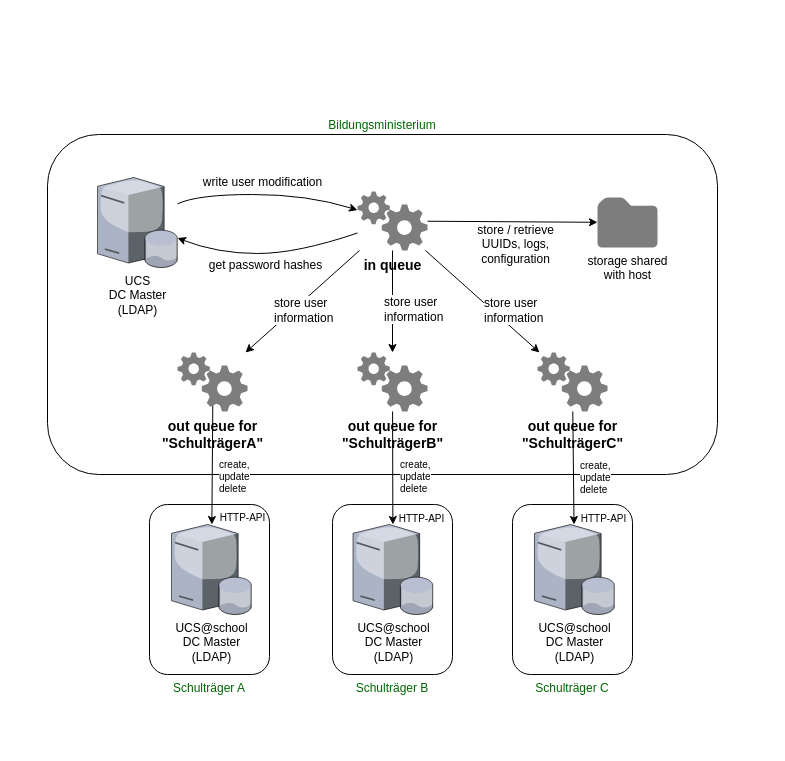
This is docs/source/static/ucsschool-id-connector_overview2.drawio from univention/ucsschool-id-connector, a draw.io file, before an edit. Source tidied: cells renumbered, new cells numbered last; positions are measured from the earlier drawing's top-left corner, leaving out a move shared by most shapes. Both pictures are drawn from the tidied source at 100%, with x=0, y=0 at pixel (47, 134).
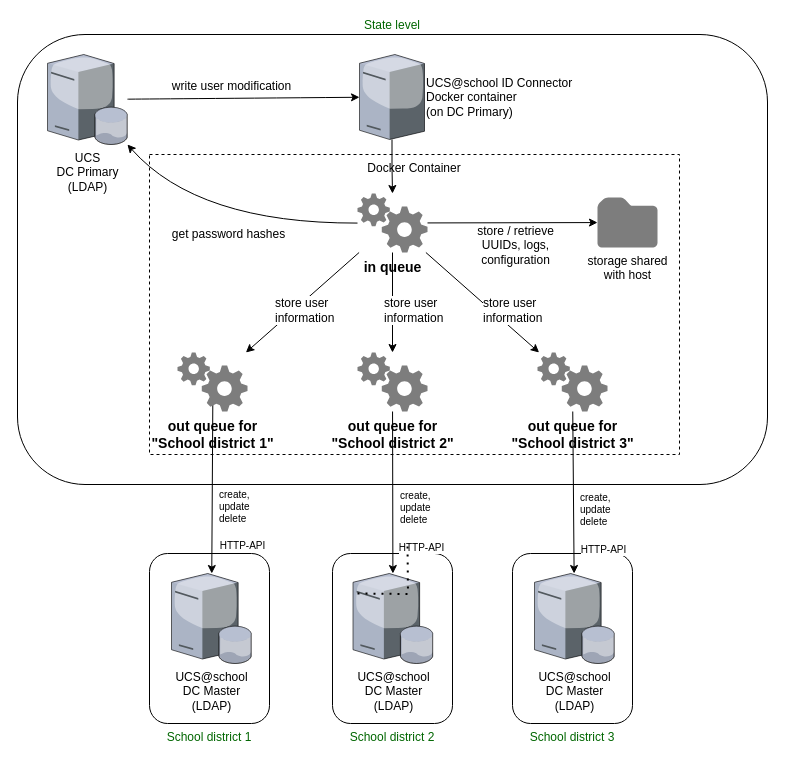
The same diagram, later.

Change to the diagram source:
```diff
@@
+    <mxCell id="5" value="&lt;span style=&quot;color: rgb(0 , 102 , 0) ; white-space: normal&quot;&gt;State level&lt;/span&gt;" style="rounded=1;whiteSpace=wrap;html=1;labelPosition=center;verticalLabelPosition=top;align=center;verticalAlign=bottom;" parent="1" vertex="1">
+      <mxGeometry x="-30" y="-100" width="750" height="450" as="geometry" />
+    </mxCell>
+    <mxCell id="37" value="Docker Container" style="rounded=0;whiteSpace=wrap;html=1;fillColor=none;dashed=1;verticalAlign=top;" parent="1" vertex="1">
+      <mxGeometry x="102" y="20" width="530" height="300" as="geometry" />
+    </mxCell>
     <mxCell id="2" style="group;" parent="1" vertex="1">
-      <mxGeometry x="102" y="370" width="120" height="170" as="geometry" />
+      <mxGeometry x="102" y="419" width="120" height="170" as="geometry" />
     </mxCell>
-    <mxCell id="3" value="&lt;font color=&quot;#006600&quot;&gt;Schulträger A&lt;/font&gt;" style="rounded=1;whiteSpace=wrap;html=1;labelPosition=center;verticalLabelPosition=bottom;align=center;verticalAlign=top;" parent="2" vertex="1">
+    <mxCell id="3" value="&lt;font color=&quot;#006600&quot;&gt;School district 1&lt;/font&gt;" style="rounded=1;whiteSpace=wrap;html=1;labelPosition=center;verticalLabelPosition=bottom;align=center;verticalAlign=top;" parent="2" vertex="1">
       <mxGeometry width="120" height="170" as="geometry" />
     </mxCell>
@@
-    <mxCell id="5" value="&lt;span style=&quot;color: rgb(0 , 102 , 0) ; white-space: normal&quot;&gt;Bildungsministerium&lt;/span&gt;" style="rounded=1;whiteSpace=wrap;html=1;labelPosition=center;verticalLabelPosition=top;align=center;verticalAlign=bottom;" parent="1" vertex="1">
-      <mxGeometry width="670" height="340" as="geometry" />
-    </mxCell>
-    <mxCell id="6" value="&lt;font color=&quot;#006600&quot;&gt;Schulträger C&lt;/font&gt;" style="rounded=1;whiteSpace=wrap;html=1;labelPosition=center;verticalLabelPosition=bottom;align=center;verticalAlign=top;" parent="1" vertex="1">
-      <mxGeometry x="465" y="370" width="120" height="170" as="geometry" />
+    <mxCell id="6" value="&lt;font color=&quot;#006600&quot;&gt;School district 3&lt;/font&gt;" style="rounded=1;whiteSpace=wrap;html=1;labelPosition=center;verticalLabelPosition=bottom;align=center;verticalAlign=top;" parent="1" vertex="1">
+      <mxGeometry x="465" y="419" width="120" height="170" as="geometry" />
     </mxCell>
-    <mxCell id="7" value="&lt;font color=&quot;#006600&quot;&gt;Schulträger B&lt;br&gt;&lt;/font&gt;" style="rounded=1;whiteSpace=wrap;html=1;labelPosition=center;verticalLabelPosition=bottom;align=center;verticalAlign=top;" parent="1" vertex="1">
-      <mxGeometry x="285" y="370" width="120" height="170" as="geometry" />
+    <mxCell id="7" value="&lt;font color=&quot;#006600&quot;&gt;School district 2&lt;br&gt;&lt;/font&gt;" style="rounded=1;whiteSpace=wrap;html=1;labelPosition=center;verticalLabelPosition=bottom;align=center;verticalAlign=top;" parent="1" vertex="1">
+      <mxGeometry x="285" y="419" width="120" height="170" as="geometry" />
     </mxCell>
-    <mxCell id="8" value="UCS&lt;br&gt;DC Master&lt;br&gt;(LDAP)" style="verticalLabelPosition=bottom;html=1;verticalAlign=top;strokeColor=none;align=center;outlineConnect=0;shape=mxgraph.citrix.database_server;" parent="1" vertex="1">
-      <mxGeometry x="50" y="43" width="80" height="90" as="geometry" />
+    <mxCell id="8" value="UCS&lt;br&gt;DC Primary&lt;br&gt;(LDAP)" style="verticalLabelPosition=bottom;html=1;verticalAlign=top;strokeColor=none;align=center;outlineConnect=0;shape=mxgraph.citrix.database_server;" parent="1" vertex="1">
+      <mxGeometry y="-80" width="80" height="90" as="geometry" />
     </mxCell>
     <mxCell id="9" value="UCS@school&lt;br&gt;DC Master&lt;br&gt;(LDAP)" style="verticalLabelPosition=bottom;html=1;verticalAlign=top;strokeColor=none;align=center;outlineConnect=0;shape=mxgraph.citrix.database_server;" parent="1" vertex="1">
-      <mxGeometry x="305.5" y="390" width="80" height="90" as="geometry" />
+      <mxGeometry x="305.5" y="439" width="80" height="90" as="geometry" />
     </mxCell>
     <mxCell id="10" value="UCS@school&lt;br&gt;DC Master&lt;br&gt;(LDAP)" style="verticalLabelPosition=bottom;html=1;verticalAlign=top;strokeColor=none;align=center;outlineConnect=0;shape=mxgraph.citrix.database_server;" parent="1" vertex="1">
-      <mxGeometry x="487" y="390" width="80" height="90" as="geometry" />
+      <mxGeometry x="487" y="439" width="80" height="90" as="geometry" />
     </mxCell>
@@
-    <mxCell id="29" style="curved=1;endArrow=classic;html=1;fontSize=10;" parent="1" edge="1" source="8" target="33">
-      <mxGeometry relative="1" as="geometry">
-        <Array as="points">
-          <mxPoint x="150" y="60" />
-          <mxPoint x="260" y="60" />
-        </Array>
-      </mxGeometry>
+    <mxCell id="29" style="curved=1;endArrow=classic;html=1;fontSize=10;" parent="1" edge="1" source="8" target="39">
+      <mxGeometry relative="1" as="geometry" />
     </mxCell>
@@
     <mxCell id="31" style="curved=1;endArrow=classic;html=1;fontSize=10;" parent="1" edge="1" source="33" target="8">
       <mxGeometry relative="1" as="geometry">
         <Array as="points">
-          <mxPoint x="250" y="119" />
-          <mxPoint x="170" y="119" />
+          <mxPoint x="150" y="89" />
         </Array>
       </mxGeometry>
     </mxCell>
@@
     <mxCell id="33" value="in queue" style="shadow=0;dashed=0;html=1;strokeColor=none;labelPosition=center;verticalLabelPosition=bottom;verticalAlign=top;align=center;shape=mxgraph.mscae.general_symbols.gears;fillColor=#7D7D7D;labelBackgroundColor=none;fontSize=14;fontStyle=1;" parent="1" vertex="1">
-      <mxGeometry x="310" y="57" width="70" height="59" as="geometry" />
+      <mxGeometry x="310" y="59" width="70" height="59" as="geometry" />
     </mxCell>
-    <mxCell id="34" value="out queue for&lt;br&gt;&quot;SchulträgerA&quot;" style="shadow=0;dashed=0;html=1;strokeColor=none;labelPosition=center;verticalLabelPosition=bottom;verticalAlign=top;align=center;shape=mxgraph.mscae.general_symbols.gears;fillColor=#7D7D7D;labelBackgroundColor=none;fontSize=14;fontStyle=1;" parent="1" vertex="1">
+    <mxCell id="34" value="out queue for&lt;br&gt;&quot;School district 1&quot;" style="shadow=0;dashed=0;html=1;strokeColor=none;labelPosition=center;verticalLabelPosition=bottom;verticalAlign=top;align=center;shape=mxgraph.mscae.general_symbols.gears;fillColor=#7D7D7D;labelBackgroundColor=none;fontSize=14;fontStyle=1;" parent="1" vertex="1">
       <mxGeometry x="130" y="218" width="70" height="59" as="geometry" />
     </mxCell>
-    <mxCell id="35" value="out queue for&lt;br&gt;&quot;SchulträgerB&quot;" style="shadow=0;dashed=0;html=1;strokeColor=none;labelPosition=center;verticalLabelPosition=bottom;verticalAlign=top;align=center;shape=mxgraph.mscae.general_symbols.gears;fillColor=#7D7D7D;labelBackgroundColor=none;fontSize=14;fontStyle=1;" parent="1" vertex="1">
+    <mxCell id="35" value="out queue for&lt;br&gt;&quot;School district 2&quot;" style="shadow=0;dashed=0;html=1;strokeColor=none;labelPosition=center;verticalLabelPosition=bottom;verticalAlign=top;align=center;shape=mxgraph.mscae.general_symbols.gears;fillColor=#7D7D7D;labelBackgroundColor=none;fontSize=14;fontStyle=1;" parent="1" vertex="1">
       <mxGeometry x="310" y="218" width="70" height="59" as="geometry" />
     </mxCell>
-    <mxCell id="36" value="out queue for&lt;br&gt;&quot;SchulträgerC&quot;" style="shadow=0;dashed=0;html=1;strokeColor=none;labelPosition=center;verticalLabelPosition=bottom;verticalAlign=top;align=center;shape=mxgraph.mscae.general_symbols.gears;fillColor=#7D7D7D;labelBackgroundColor=none;fontSize=14;fontStyle=1;" parent="1" vertex="1">
+    <mxCell id="36" value="out queue for&lt;br&gt;&quot;School district 3&quot;" style="shadow=0;dashed=0;html=1;strokeColor=none;labelPosition=center;verticalLabelPosition=bottom;verticalAlign=top;align=center;shape=mxgraph.mscae.general_symbols.gears;fillColor=#7D7D7D;labelBackgroundColor=none;fontSize=14;fontStyle=1;" parent="1" vertex="1">
       <mxGeometry x="490" y="218" width="70" height="59" as="geometry" />
     </mxCell>
+    <mxCell id="38" style="edgeStyle=orthogonalEdgeStyle;rounded=0;jettySize=auto;html=1;" parent="1" edge="1" source="39" target="33">
+      <mxGeometry relative="1" as="geometry" />
+    </mxCell>
+    <mxCell id="39" value="UCS@school ID Connector&lt;br&gt;Docker container&lt;br&gt;(on DC Primary)" style="verticalLabelPosition=middle;html=1;verticalAlign=middle;strokeColor=none;align=left;outlineConnect=0;shape=mxgraph.citrix.tower_server;labelPosition=right;spacingRight=0;" parent="1" vertex="1">
+      <mxGeometry x="312" y="-80" width="65" height="85" as="geometry" />
+    </mxCell>
+    <mxCell id="40" style="endArrow=none;dashed=1;html=1;dashPattern=1 3;strokeWidth=2;rounded=0;edgeStyle=orthogonalEdgeStyle;" parent="1" edge="1">
+      <mxGeometry relative="1" as="geometry">
+        <mxPoint x="310" y="459" as="sourcePoint" />
+        <mxPoint x="360" y="409" as="targetPoint" />
+      </mxGeometry>
+    </mxCell>
```
